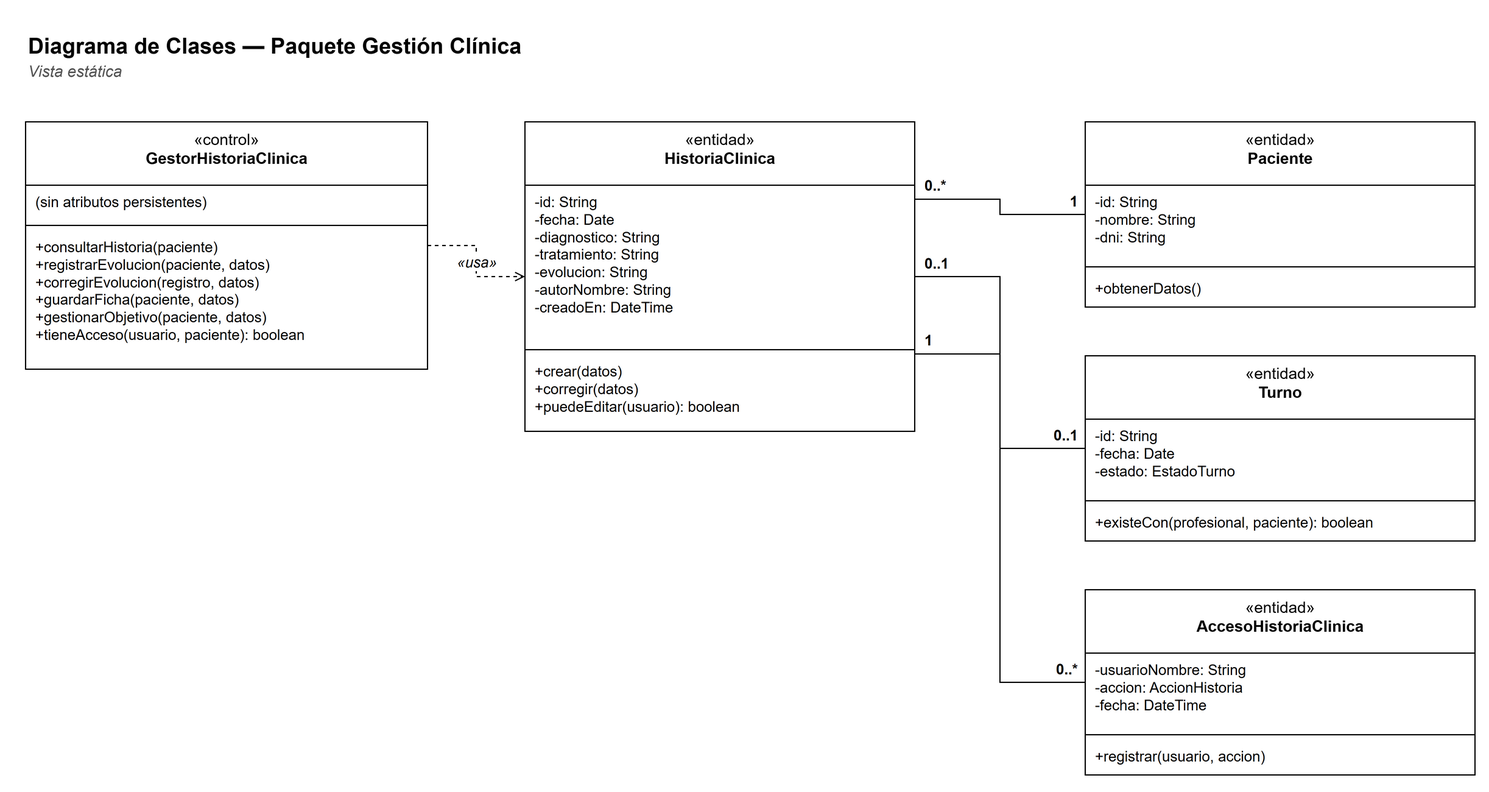
Earlier version of the draw.io export docs/diagramas/paquete-clinica-clases.png (Matiglorioso/kineturnos). Source tidied: cells renumbered, new cells last; positions are measured from the earlier drawing's top-left corner, leaving out a move shared by most shapes. The source it was exported from:
```xml
<mxGraphModel background="#FFFFFF">
  <root>
    <mxCell id="0" />
    <mxCell id="1" parent="0" />
    <mxCell id="2" value="&lt;b&gt;Diagrama de Clases — Paquete Gestión Clínica&lt;/b&gt;" style="text;html=1;strokeColor=none;fillColor=none;align=left;verticalAlign=top;whiteSpace=wrap;fontFamily=Helvetica;fontSize=18;" parent="1" vertex="1">
      <mxGeometry width="900" height="26" as="geometry" />
    </mxCell>
    <mxCell id="3" value="&lt;i&gt;Vista estática&lt;/i&gt;" style="text;html=1;strokeColor=none;fillColor=none;align=left;verticalAlign=top;whiteSpace=wrap;fontFamily=Helvetica;fontSize=13;fontColor=#555555;" parent="1" vertex="1">
      <mxGeometry y="24" width="900" height="20" as="geometry" />
    </mxCell>
    <mxCell id="4" value="«control»&lt;br&gt;&lt;b&gt;GestorHistoriaClinica&lt;/b&gt;" style="swimlane;fontStyle=0;align=center;verticalAlign=top;horizontal=1;startSize=52;whiteSpace=wrap;html=1;fillColor=#FFFFFF;strokeColor=#000000;fontFamily=Helvetica;fontSize=13;" parent="1" vertex="1">
      <mxGeometry y="80" width="330" height="203" as="geometry" />
    </mxCell>
    <mxCell id="5" value="(sin atributos persistentes)" style="text;strokeColor=none;fillColor=none;align=left;verticalAlign=top;spacingLeft=6;spacingRight=4;overflow=hidden;whiteSpace=wrap;html=1;fontFamily=Helvetica;fontSize=12;" parent="4" vertex="1">
      <mxGeometry y="52" width="330" height="29" as="geometry" />
    </mxCell>
    <mxCell id="6" style="line;strokeWidth=1;fillColor=none;align=left;verticalAlign=middle;spacingTop=-1;spacingLeft=3;spacingRight=3;labelPosition=right;strokeColor=#000000;" parent="4" vertex="1">
      <mxGeometry y="81" width="330" height="8" as="geometry" />
    </mxCell>
    <mxCell id="7" value="+consultarHistoria(paciente)&lt;br&gt;+registrarEvolucion(paciente, datos)&lt;br&gt;+corregirEvolucion(registro, datos)&lt;br&gt;+guardarFicha(paciente, datos)&lt;br&gt;+gestionarObjetivo(paciente, datos)&lt;br&gt;+tieneAcceso(usuario, paciente): boolean" style="text;strokeColor=none;fillColor=none;align=left;verticalAlign=top;spacingLeft=6;spacingRight=4;overflow=hidden;whiteSpace=wrap;html=1;fontFamily=Helvetica;fontSize=12;" parent="4" vertex="1">
      <mxGeometry y="89" width="330" height="114" as="geometry" />
    </mxCell>
    <mxCell id="8" value="«entidad»&lt;br&gt;&lt;b&gt;HistoriaClinica&lt;/b&gt;" style="swimlane;fontStyle=0;align=center;verticalAlign=top;horizontal=1;startSize=52;whiteSpace=wrap;html=1;fillColor=#FFFFFF;strokeColor=#000000;fontFamily=Helvetica;fontSize=13;" parent="1" vertex="1">
      <mxGeometry x="410" y="80" width="320" height="254" as="geometry" />
    </mxCell>
    <mxCell id="9" value="-id: String&lt;br&gt;-fecha: Date&lt;br&gt;-diagnostico: String&lt;br&gt;-tratamiento: String&lt;br&gt;-evolucion: String&lt;br&gt;-autorNombre: String&lt;br&gt;-creadoEn: DateTime" style="text;strokeColor=none;fillColor=none;align=left;verticalAlign=top;spacingLeft=6;spacingRight=4;overflow=hidden;whiteSpace=wrap;html=1;fontFamily=Helvetica;fontSize=12;" parent="8" vertex="1">
      <mxGeometry y="52" width="320" height="131" as="geometry" />
    </mxCell>
    <mxCell id="10" style="line;strokeWidth=1;fillColor=none;align=left;verticalAlign=middle;spacingTop=-1;spacingLeft=3;spacingRight=3;labelPosition=right;strokeColor=#000000;" parent="8" vertex="1">
      <mxGeometry y="183" width="320" height="8" as="geometry" />
    </mxCell>
    <mxCell id="11" value="+crear(datos)&lt;br&gt;+corregir(datos)&lt;br&gt;+puedeEditar(usuario): boolean" style="text;strokeColor=none;fillColor=none;align=left;verticalAlign=top;spacingLeft=6;spacingRight=4;overflow=hidden;whiteSpace=wrap;html=1;fontFamily=Helvetica;fontSize=12;" parent="8" vertex="1">
      <mxGeometry y="191" width="320" height="63" as="geometry" />
    </mxCell>
    <mxCell id="12" value="«entidad»&lt;br&gt;&lt;b&gt;Paciente&lt;/b&gt;" style="swimlane;fontStyle=0;align=center;verticalAlign=top;horizontal=1;startSize=52;whiteSpace=wrap;html=1;fillColor=#FFFFFF;strokeColor=#000000;fontFamily=Helvetica;fontSize=13;" parent="1" vertex="1">
      <mxGeometry x="870" y="80" width="320" height="152" as="geometry" />
    </mxCell>
    <mxCell id="13" value="-id: String&lt;br&gt;-nombre: String&lt;br&gt;-dni: String" style="text;strokeColor=none;fillColor=none;align=left;verticalAlign=top;spacingLeft=6;spacingRight=4;overflow=hidden;whiteSpace=wrap;html=1;fontFamily=Helvetica;fontSize=12;" parent="12" vertex="1">
      <mxGeometry y="52" width="320" height="63" as="geometry" />
    </mxCell>
    <mxCell id="14" style="line;strokeWidth=1;fillColor=none;align=left;verticalAlign=middle;spacingTop=-1;spacingLeft=3;spacingRight=3;labelPosition=right;strokeColor=#000000;" parent="12" vertex="1">
      <mxGeometry y="115" width="320" height="8" as="geometry" />
    </mxCell>
    <mxCell id="15" value="+obtenerDatos()" style="text;strokeColor=none;fillColor=none;align=left;verticalAlign=top;spacingLeft=6;spacingRight=4;overflow=hidden;whiteSpace=wrap;html=1;fontFamily=Helvetica;fontSize=12;" parent="12" vertex="1">
      <mxGeometry y="123" width="320" height="29" as="geometry" />
    </mxCell>
    <mxCell id="16" value="«entidad»&lt;br&gt;&lt;b&gt;Turno&lt;/b&gt;" style="swimlane;fontStyle=0;align=center;verticalAlign=top;horizontal=1;startSize=52;whiteSpace=wrap;html=1;fillColor=#FFFFFF;strokeColor=#000000;fontFamily=Helvetica;fontSize=13;" parent="1" vertex="1">
      <mxGeometry x="870" y="272" width="320" height="152" as="geometry" />
    </mxCell>
    <mxCell id="17" value="-id: String&lt;br&gt;-fecha: Date&lt;br&gt;-estado: EstadoTurno" style="text;strokeColor=none;fillColor=none;align=left;verticalAlign=top;spacingLeft=6;spacingRight=4;overflow=hidden;whiteSpace=wrap;html=1;fontFamily=Helvetica;fontSize=12;" parent="16" vertex="1">
      <mxGeometry y="52" width="320" height="63" as="geometry" />
    </mxCell>
    <mxCell id="18" style="line;strokeWidth=1;fillColor=none;align=left;verticalAlign=middle;spacingTop=-1;spacingLeft=3;spacingRight=3;labelPosition=right;strokeColor=#000000;" parent="16" vertex="1">
      <mxGeometry y="115" width="320" height="8" as="geometry" />
    </mxCell>
    <mxCell id="19" value="+existeCon(profesional, paciente): boolean" style="text;strokeColor=none;fillColor=none;align=left;verticalAlign=top;spacingLeft=6;spacingRight=4;overflow=hidden;whiteSpace=wrap;html=1;fontFamily=Helvetica;fontSize=12;" parent="16" vertex="1">
      <mxGeometry y="123" width="320" height="29" as="geometry" />
    </mxCell>
    <mxCell id="20" value="«entidad»&lt;br&gt;&lt;b&gt;AccesoHistoriaClinica&lt;/b&gt;" style="swimlane;fontStyle=0;align=center;verticalAlign=top;horizontal=1;startSize=52;whiteSpace=wrap;html=1;fillColor=#FFFFFF;strokeColor=#000000;fontFamily=Helvetica;fontSize=13;" parent="1" vertex="1">
      <mxGeometry x="870" y="464" width="320" height="152" as="geometry" />
    </mxCell>
    <mxCell id="21" value="-usuarioNombre: String&lt;br&gt;-accion: AccionHistoria&lt;br&gt;-fecha: DateTime" style="text;strokeColor=none;fillColor=none;align=left;verticalAlign=top;spacingLeft=6;spacingRight=4;overflow=hidden;whiteSpace=wrap;html=1;fontFamily=Helvetica;fontSize=12;" parent="20" vertex="1">
      <mxGeometry y="52" width="320" height="63" as="geometry" />
    </mxCell>
    <mxCell id="22" style="line;strokeWidth=1;fillColor=none;align=left;verticalAlign=middle;spacingTop=-1;spacingLeft=3;spacingRight=3;labelPosition=right;strokeColor=#000000;" parent="20" vertex="1">
      <mxGeometry y="115" width="320" height="8" as="geometry" />
    </mxCell>
    <mxCell id="23" value="+registrar(usuario, accion)" style="text;strokeColor=none;fillColor=none;align=left;verticalAlign=top;spacingLeft=6;spacingRight=4;overflow=hidden;whiteSpace=wrap;html=1;fontFamily=Helvetica;fontSize=12;" parent="20" vertex="1">
      <mxGeometry y="123" width="320" height="29" as="geometry" />
    </mxCell>
    <mxCell id="24" value="«usa»" style="edgeStyle=orthogonalEdgeStyle;rounded=0;html=1;endArrow=open;startArrow=none;endFill=0;startFill=0;strokeColor=#000000;fontFamily=Helvetica;fontSize=12;fontStyle=2;dashed=1;" parent="1" edge="1" source="4" target="8">
      <mxGeometry relative="1" as="geometry" />
    </mxCell>
    <mxCell id="25" style="edgeStyle=orthogonalEdgeStyle;rounded=0;html=1;endArrow=none;startArrow=none;endFill=0;startFill=0;strokeColor=#000000;fontFamily=Helvetica;fontSize=12;exitX=1;exitY=0.25;exitDx=0;exitDy=0;entryX=0;entryY=0.5;entryDx=0;entryDy=0;" parent="1" edge="1" source="8" target="12">
      <mxGeometry relative="1" as="geometry" />
    </mxCell>
    <mxCell id="26" value="0..*" style="edgeLabel;html=1;align=left;verticalAlign=bottom;labelBackgroundColor=none;fontFamily=Helvetica;fontSize=12;fontStyle=1;" parent="25" vertex="1">
      <mxGeometry x="-1" relative="1" as="geometry">
        <mxPoint x="6" y="-2" as="offset" />
      </mxGeometry>
    </mxCell>
    <mxCell id="27" value="1" style="edgeLabel;html=1;align=right;verticalAlign=bottom;labelBackgroundColor=none;fontFamily=Helvetica;fontSize=12;fontStyle=1;" parent="25" vertex="1">
      <mxGeometry x="1" relative="1" as="geometry">
        <mxPoint x="-6" y="-2" as="offset" />
      </mxGeometry>
    </mxCell>
    <mxCell id="28" style="edgeStyle=orthogonalEdgeStyle;rounded=0;html=1;endArrow=none;startArrow=none;endFill=0;startFill=0;strokeColor=#000000;fontFamily=Helvetica;fontSize=12;exitX=1;exitY=0.5;exitDx=0;exitDy=0;entryX=0;entryY=0.5;entryDx=0;entryDy=0;" parent="1" edge="1" source="8" target="16">
      <mxGeometry relative="1" as="geometry" />
    </mxCell>
    <mxCell id="29" value="0..1" style="edgeLabel;html=1;align=left;verticalAlign=bottom;labelBackgroundColor=none;fontFamily=Helvetica;fontSize=12;fontStyle=1;" parent="28" vertex="1">
      <mxGeometry x="-1" relative="1" as="geometry">
        <mxPoint x="6" y="-2" as="offset" />
      </mxGeometry>
    </mxCell>
    <mxCell id="30" value="0..1" style="edgeLabel;html=1;align=right;verticalAlign=bottom;labelBackgroundColor=none;fontFamily=Helvetica;fontSize=12;fontStyle=1;" parent="28" vertex="1">
      <mxGeometry x="1" relative="1" as="geometry">
        <mxPoint x="-6" y="-2" as="offset" />
      </mxGeometry>
    </mxCell>
    <mxCell id="31" style="edgeStyle=orthogonalEdgeStyle;rounded=0;html=1;endArrow=none;startArrow=none;endFill=0;startFill=0;strokeColor=#000000;fontFamily=Helvetica;fontSize=12;exitX=1;exitY=0.75;exitDx=0;exitDy=0;entryX=0;entryY=0.5;entryDx=0;entryDy=0;" parent="1" edge="1" source="8" target="20">
      <mxGeometry relative="1" as="geometry" />
    </mxCell>
    <mxCell id="32" value="1" style="edgeLabel;html=1;align=left;verticalAlign=bottom;labelBackgroundColor=none;fontFamily=Helvetica;fontSize=12;fontStyle=1;" parent="31" vertex="1">
      <mxGeometry x="-1" relative="1" as="geometry">
        <mxPoint x="6" y="-2" as="offset" />
      </mxGeometry>
    </mxCell>
    <mxCell id="33" value="0..*" style="edgeLabel;html=1;align=right;verticalAlign=bottom;labelBackgroundColor=none;fontFamily=Helvetica;fontSize=12;fontStyle=1;" parent="31" vertex="1">
      <mxGeometry x="1" relative="1" as="geometry">
        <mxPoint x="-6" y="-2" as="offset" />
      </mxGeometry>
    </mxCell>
  </root>
</mxGraphModel>
```
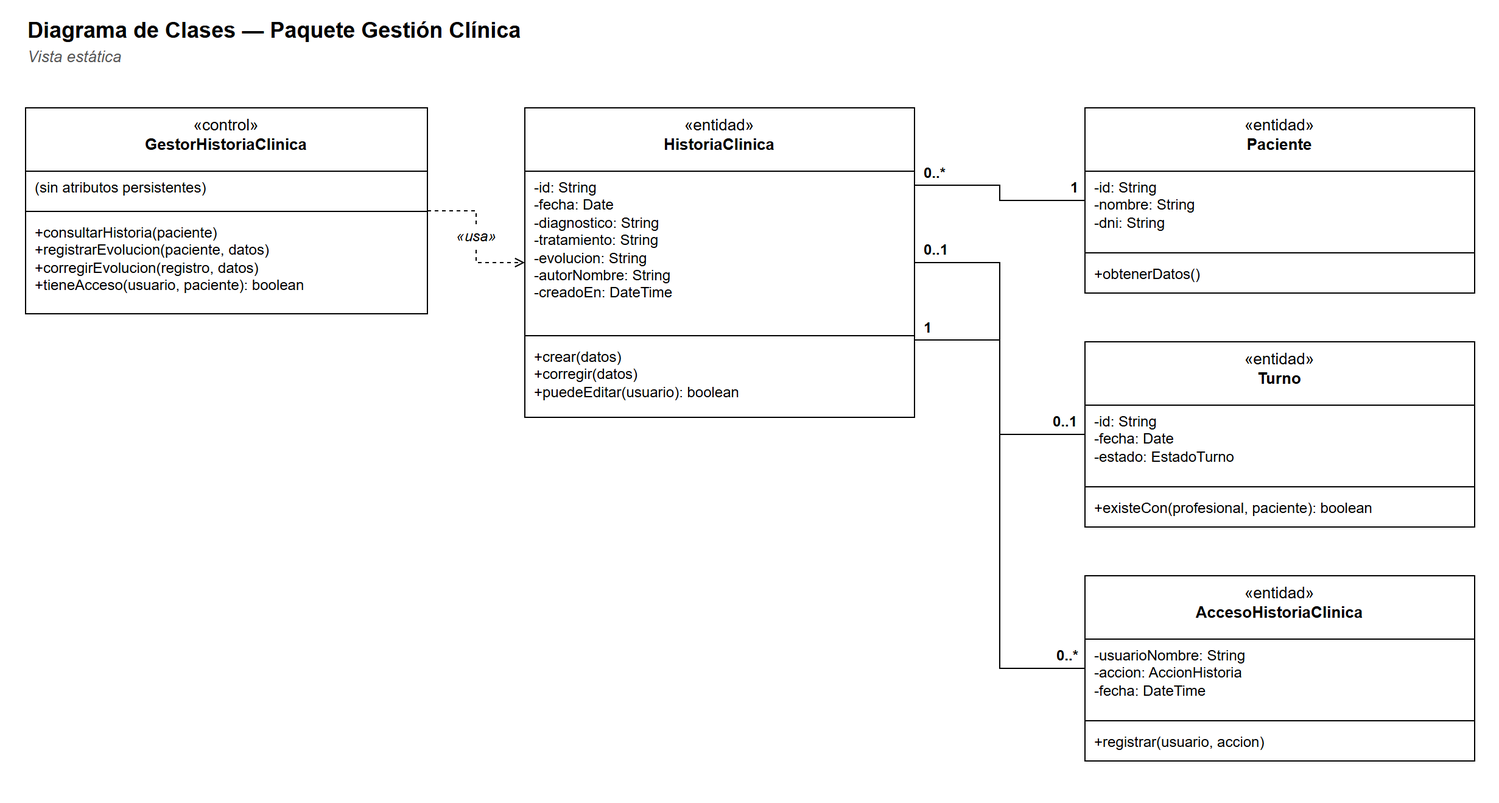
Later version of the same file.

Change to the diagram source:
```diff
@@ -9,7 +9,7 @@
       <mxGeometry y="24" width="900" height="20" as="geometry" />
     </mxCell>
     <mxCell id="4" value="«control»&lt;br&gt;&lt;b&gt;GestorHistoriaClinica&lt;/b&gt;" style="swimlane;fontStyle=0;align=center;verticalAlign=top;horizontal=1;startSize=52;whiteSpace=wrap;html=1;fillColor=#FFFFFF;strokeColor=#000000;fontFamily=Helvetica;fontSize=13;" parent="1" vertex="1">
-      <mxGeometry y="80" width="330" height="203" as="geometry" />
+      <mxGeometry y="80" width="330" height="169" as="geometry" />
     </mxCell>
     <mxCell id="5" value="(sin atributos persistentes)" style="text;strokeColor=none;fillColor=none;align=left;verticalAlign=top;spacingLeft=6;spacingRight=4;overflow=hidden;whiteSpace=wrap;html=1;fontFamily=Helvetica;fontSize=12;" parent="4" vertex="1">
       <mxGeometry y="52" width="330" height="29" as="geometry" />
@@ -17,8 +17,8 @@
     <mxCell id="6" style="line;strokeWidth=1;fillColor=none;align=left;verticalAlign=middle;spacingTop=-1;spacingLeft=3;spacingRight=3;labelPosition=right;strokeColor=#000000;" parent="4" vertex="1">
       <mxGeometry y="81" width="330" height="8" as="geometry" />
     </mxCell>
-    <mxCell id="7" value="+consultarHistoria(paciente)&lt;br&gt;+registrarEvolucion(paciente, datos)&lt;br&gt;+corregirEvolucion(registro, datos)&lt;br&gt;+guardarFicha(paciente, datos)&lt;br&gt;+gestionarObjetivo(paciente, datos)&lt;br&gt;+tieneAcceso(usuario, paciente): boolean" style="text;strokeColor=none;fillColor=none;align=left;verticalAlign=top;spacingLeft=6;spacingRight=4;overflow=hidden;whiteSpace=wrap;html=1;fontFamily=Helvetica;fontSize=12;" parent="4" vertex="1">
-      <mxGeometry y="89" width="330" height="114" as="geometry" />
+    <mxCell id="7" value="+consultarHistoria(paciente)&lt;br&gt;+registrarEvolucion(paciente, datos)&lt;br&gt;+corregirEvolucion(registro, datos)&lt;br&gt;+tieneAcceso(usuario, paciente): boolean" style="text;strokeColor=none;fillColor=none;align=left;verticalAlign=top;spacingLeft=6;spacingRight=4;overflow=hidden;whiteSpace=wrap;html=1;fontFamily=Helvetica;fontSize=12;" parent="4" vertex="1">
+      <mxGeometry y="89" width="330" height="80" as="geometry" />
     </mxCell>
     <mxCell id="8" value="«entidad»&lt;br&gt;&lt;b&gt;HistoriaClinica&lt;/b&gt;" style="swimlane;fontStyle=0;align=center;verticalAlign=top;horizontal=1;startSize=52;whiteSpace=wrap;html=1;fillColor=#FFFFFF;strokeColor=#000000;fontFamily=Helvetica;fontSize=13;" parent="1" vertex="1">
       <mxGeometry x="410" y="80" width="320" height="254" as="geometry" />
```
